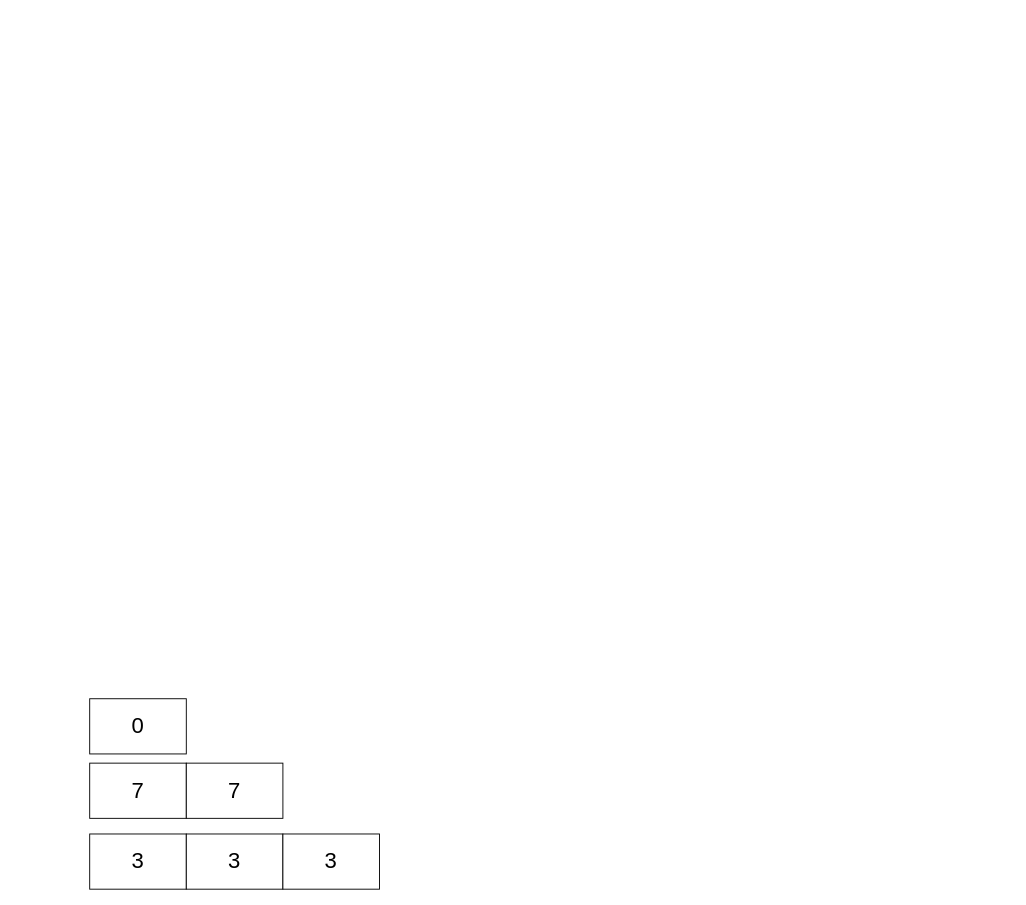
Above: 2-3-4_Tree.drawio in Qantas94Heavy/COMP2521-20T3 (draw.io), before the change. Source tidied: cells renumbered, new cells numbered last; positions are measured from the earlier drawing's top-left corner, leaving out a move shared by most shapes. Both pictures are drawn from the tidied source at 92%, with x=0, y=0 at pixel (89, 698).
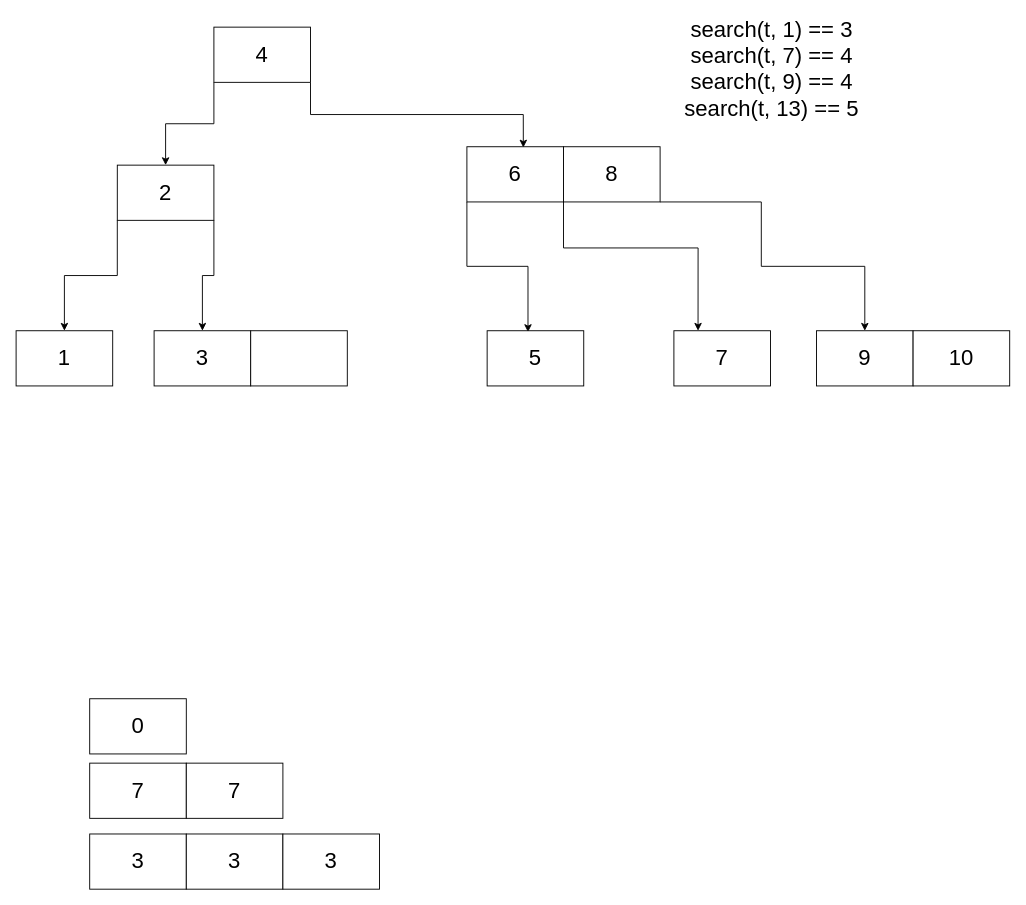
The same diagram, later.

Change to the diagram source:
```diff
@@
+    <mxCell id="10" style="group;" parent="1" vertex="1">
+      <mxGeometry x="30" y="-580" width="315" height="60" as="geometry" />
+    </mxCell>
+    <mxCell id="11" value="&lt;font style=&quot;font-size: 24px&quot;&gt;2&lt;/font&gt;" style="rounded=0;whiteSpace=wrap;html=1;" parent="10" vertex="1">
+      <mxGeometry width="105" height="60" as="geometry" />
+    </mxCell>
+    <mxCell id="12" style="group;" parent="1" vertex="1">
+      <mxGeometry x="70" y="-400" width="315" height="60" as="geometry" />
+    </mxCell>
+    <mxCell id="13" value="&lt;span style=&quot;font-size: 24px&quot;&gt;3&lt;/span&gt;" style="rounded=0;whiteSpace=wrap;html=1;" parent="12" vertex="1">
+      <mxGeometry width="105" height="60" as="geometry" />
+    </mxCell>
+    <mxCell id="14" style="rounded=0;whiteSpace=wrap;html=1;" parent="12" vertex="1">
+      <mxGeometry x="105" width="105" height="60" as="geometry" />
+    </mxCell>
+    <mxCell id="15" style="edgeStyle=orthogonalEdgeStyle;rounded=0;jettySize=auto;html=1;exitX=0;exitY=1;exitDx=0;exitDy=0;" parent="1" edge="1" source="11" target="18">
+      <mxGeometry relative="1" as="geometry" />
+    </mxCell>
+    <mxCell id="16" style="edgeStyle=orthogonalEdgeStyle;rounded=0;jettySize=auto;html=1;exitX=1;exitY=1;exitDx=0;exitDy=0;entryX=0.5;entryY=0;entryDx=0;entryDy=0;" parent="1" edge="1" source="11" target="13">
+      <mxGeometry relative="1" as="geometry" />
+    </mxCell>
+    <mxCell id="17" style="edgeStyle=orthogonalEdgeStyle;rounded=0;jettySize=auto;html=1;entryX=0.423;entryY=0.024;entryDx=0;entryDy=0;entryPerimeter=0;exitX=0;exitY=1;exitDx=0;exitDy=0;" parent="1" edge="1" source="26" target="19">
+      <mxGeometry relative="1" as="geometry" />
+    </mxCell>
+    <mxCell id="18" value="&lt;span style=&quot;font-size: 24px&quot;&gt;1&lt;/span&gt;" style="rounded=0;whiteSpace=wrap;html=1;" parent="1" vertex="1">
+      <mxGeometry x="-80" y="-400" width="105" height="60" as="geometry" />
+    </mxCell>
+    <mxCell id="19" value="&lt;span style=&quot;font-size: 24px&quot;&gt;5&lt;/span&gt;" style="rounded=0;whiteSpace=wrap;html=1;" parent="1" vertex="1">
+      <mxGeometry x="432" y="-400" width="105" height="60" as="geometry" />
+    </mxCell>
+    <mxCell id="20" style="edgeStyle=orthogonalEdgeStyle;rounded=0;jettySize=auto;html=1;exitX=0;exitY=1;exitDx=0;exitDy=0;entryX=0.25;entryY=0;entryDx=0;entryDy=0;" parent="1" edge="1" source="28" target="22">
+      <mxGeometry relative="1" as="geometry">
+        <Array as="points">
+          <mxPoint x="515" y="-490" />
+          <mxPoint x="661" y="-490" />
+        </Array>
+      </mxGeometry>
+    </mxCell>
+    <mxCell id="21" style="group;" parent="1" vertex="1">
+      <mxGeometry x="530" y="-400" width="210" height="60" as="geometry" />
+    </mxCell>
+    <mxCell id="22" value="&lt;span style=&quot;font-size: 24px&quot;&gt;7&lt;/span&gt;" style="rounded=0;whiteSpace=wrap;html=1;" parent="21" vertex="1">
+      <mxGeometry x="105" width="105" height="60" as="geometry" />
+    </mxCell>
+    <mxCell id="23" style="edgeStyle=orthogonalEdgeStyle;rounded=0;jettySize=auto;html=1;exitX=1;exitY=1;exitDx=0;exitDy=0;entryX=0.584;entryY=0.015;entryDx=0;entryDy=0;entryPerimeter=0;" parent="1" edge="1" source="25" target="26">
+      <mxGeometry relative="1" as="geometry" />
+    </mxCell>
+    <mxCell id="24" style="edgeStyle=orthogonalEdgeStyle;rounded=0;jettySize=auto;html=1;exitX=0;exitY=1;exitDx=0;exitDy=0;entryX=0.5;entryY=0;entryDx=0;entryDy=0;" parent="1" edge="1" source="25" target="11">
+      <mxGeometry relative="1" as="geometry" />
+    </mxCell>
+    <mxCell id="25" value="&lt;font style=&quot;font-size: 24px&quot;&gt;4&lt;/font&gt;" style="rounded=0;whiteSpace=wrap;html=1;" parent="1" vertex="1">
+      <mxGeometry x="135" y="-730" width="105" height="60" as="geometry" />
+    </mxCell>
+    <mxCell id="26" value="&lt;span style=&quot;font-size: 24px&quot;&gt;6&lt;/span&gt;" style="rounded=0;whiteSpace=wrap;html=1;" parent="1" vertex="1">
+      <mxGeometry x="410" y="-600" width="105" height="60" as="geometry" />
+    </mxCell>
+    <mxCell id="27" style="edgeStyle=orthogonalEdgeStyle;rounded=0;jettySize=auto;html=1;exitX=1;exitY=1;exitDx=0;exitDy=0;entryX=0.5;entryY=0;entryDx=0;entryDy=0;" parent="1" edge="1" source="28" target="29">
+      <mxGeometry relative="1" as="geometry">
+        <Array as="points">
+          <mxPoint x="730" y="-540" />
+          <mxPoint x="730" y="-470" />
+          <mxPoint x="843" y="-470" />
+        </Array>
+      </mxGeometry>
+    </mxCell>
+    <mxCell id="28" value="&lt;font style=&quot;font-size: 24px&quot;&gt;8&lt;/font&gt;" style="rounded=0;whiteSpace=wrap;html=1;" parent="1" vertex="1">
+      <mxGeometry x="515" y="-600" width="105" height="60" as="geometry" />
+    </mxCell>
+    <mxCell id="29" value="&lt;span style=&quot;font-size: 24px&quot;&gt;9&lt;/span&gt;" style="rounded=0;whiteSpace=wrap;html=1;" parent="1" vertex="1">
+      <mxGeometry x="790" y="-400" width="105" height="60" as="geometry" />
+    </mxCell>
+    <mxCell id="30" value="&lt;span style=&quot;font-size: 24px&quot;&gt;10&lt;/span&gt;" style="rounded=0;whiteSpace=wrap;html=1;" parent="1" vertex="1">
+      <mxGeometry x="895" y="-400" width="105" height="60" as="geometry" />
+    </mxCell>
+    <mxCell id="31" value="&lt;font style=&quot;font-size: 24px&quot;&gt;search(t, 1) == 3&lt;br&gt;search(t, 7) == 4&lt;br&gt;search(t, 9) == 4&lt;br&gt;search(t, 13) == 5&lt;br&gt;&lt;br&gt;&lt;/font&gt;" style="text;html=1;strokeColor=none;fillColor=none;align=center;verticalAlign=middle;whiteSpace=wrap;rounded=0;" parent="1" vertex="1">
+      <mxGeometry x="640" y="-730" width="203" height="120" as="geometry" />
+    </mxCell>
```
